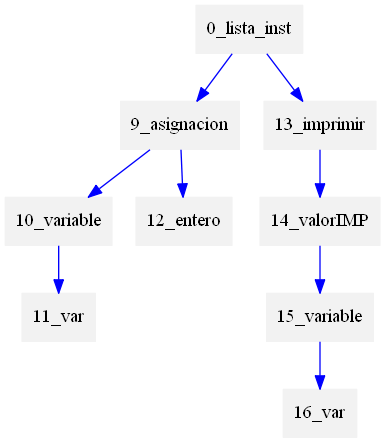
Before: AST_Desc.dot.png, a diagram exported from Graphviz (Gary-Joan/Proyecto1_Compi2). Its source is kept beside it as AST_Desc.dot.
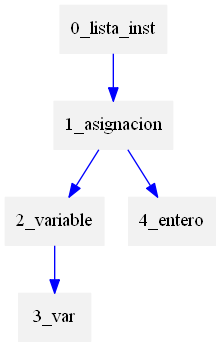
The same diagram one commit later.

The edit, as a diff of the source:
```diff
@@ -1,20 +1,12 @@
 digraph G {node[shape=box, style=filled, color=Gray95]; edge[color=blue];rankdir=UD
 
 
-"0_lista_inst"->"9_asignacion"
-"9_asignacion"->"10_variable"
-"10_variable"->"11_var"
+"0_lista_inst"->"1_asignacion"
+"1_asignacion"->"2_variable"
+"2_variable"->"3_var"
 
 
-"9_asignacion"->"12_entero"
-
-
-"0_lista_inst"->"13_imprimir"
-"13_imprimir"->"14_valorIMP"
-"14_valorIMP"->"15_variable"
-"15_variable"->"16_var"
-
-
+"1_asignacion"->"4_entero"
 
 
 
```
